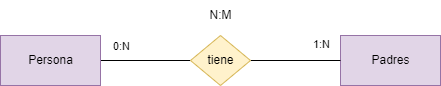
Earlier version of the draw.io export tareas/unidad-2/tarea-1/imágenes/ejercicio4.drawio.png (ManuelsDAM/base-datos). Source tidied: cells renumbered, new cells last; positions are measured from the earlier drawing's top-left corner, leaving out a move shared by most shapes. Source of this version:
```xml
<mxGraphModel>
  <root>
    <mxCell id="0" />
    <mxCell id="1" parent="0" />
    <mxCell id="2" value="Padres" style="html=1;dashed=0;whitespace=wrap;fillColor=#e1d5e7;strokeColor=#9673a6;" parent="1" vertex="1">
      <mxGeometry x="340" y="35" width="100" height="50" as="geometry" />
    </mxCell>
    <mxCell id="3" style="edgeStyle=none;html=1;exitX=1;exitY=0.5;exitDx=0;exitDy=0;entryX=0;entryY=0.5;entryDx=0;entryDy=0;endArrow=none;endFill=0;" parent="1" edge="1" source="9" target="2">
      <mxGeometry relative="1" as="geometry" />
    </mxCell>
    <mxCell id="4" value="1:N" style="edgeLabel;html=1;align=center;verticalAlign=middle;" parent="3" vertex="1">
      <mxGeometry x="0.64" y="-1" relative="1" as="geometry">
        <mxPoint x="-4" y="-18" as="offset" />
      </mxGeometry>
    </mxCell>
    <mxCell id="5" style="edgeStyle=none;html=1;exitX=1;exitY=0.5;exitDx=0;exitDy=0;entryX=0;entryY=0.5;entryDx=0;entryDy=0;endArrow=none;endFill=0;" parent="1" edge="1" source="7" target="9">
      <mxGeometry relative="1" as="geometry" />
    </mxCell>
    <mxCell id="6" value="0:N" style="edgeLabel;html=1;align=center;verticalAlign=middle;" parent="5" vertex="1">
      <mxGeometry x="-0.38" y="1" relative="1" as="geometry">
        <mxPoint x="-8" y="-14" as="offset" />
      </mxGeometry>
    </mxCell>
    <mxCell id="7" value="Persona" style="html=1;dashed=0;whitespace=wrap;fillColor=#e1d5e7;strokeColor=#9673a6;" parent="1" vertex="1">
      <mxGeometry y="35" width="100" height="50" as="geometry" />
    </mxCell>
    <mxCell id="8" style="group;" parent="1" vertex="1">
      <mxGeometry x="190" width="60" height="85" as="geometry" />
    </mxCell>
    <mxCell id="9" value="tiene" style="shape=rhombus;html=1;dashed=0;whitespace=wrap;perimeter=rhombusPerimeter;fillColor=#fff2cc;strokeColor=#d6b656;" parent="8" vertex="1">
      <mxGeometry y="35" width="60" height="50" as="geometry" />
    </mxCell>
    <mxCell id="10" value="N:M" style="text;html=1;align=center;verticalAlign=middle;strokeColor=none;fillColor=none;" parent="8" vertex="1">
      <mxGeometry x="5" width="50" height="30" as="geometry" />
    </mxCell>
  </root>
</mxGraphModel>
```
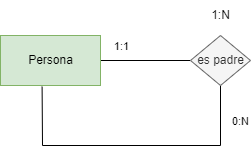
Above is the later version.

What changed in the source:
```diff
@@ -2,36 +2,38 @@
   <root>
     <mxCell id="0" />
     <mxCell id="1" parent="0" />
-    <mxCell id="2" value="Padres" style="html=1;dashed=0;whitespace=wrap;fillColor=#e1d5e7;strokeColor=#9673a6;" parent="1" vertex="1">
-      <mxGeometry x="340" y="35" width="100" height="50" as="geometry" />
-    </mxCell>
-    <mxCell id="3" style="edgeStyle=none;html=1;exitX=1;exitY=0.5;exitDx=0;exitDy=0;entryX=0;entryY=0.5;entryDx=0;entryDy=0;endArrow=none;endFill=0;" parent="1" edge="1" source="9" target="2">
-      <mxGeometry relative="1" as="geometry" />
+    <mxCell id="3" style="edgeStyle=none;html=1;exitX=0.5;exitY=1;exitDx=0;exitDy=0;entryX=0.416;entryY=1.024;entryDx=0;entryDy=0;endArrow=none;endFill=0;entryPerimeter=0;rounded=0;" parent="1" edge="1" source="9" target="7">
+      <mxGeometry relative="1" as="geometry">
+        <Array as="points">
+          <mxPoint x="220" y="145" />
+          <mxPoint x="42" y="145" />
+        </Array>
+      </mxGeometry>
     </mxCell>
-    <mxCell id="4" value="1:N" style="edgeLabel;html=1;align=center;verticalAlign=middle;" parent="3" vertex="1">
+    <mxCell id="4" value="0:N" style="edgeLabel;html=1;align=center;verticalAlign=middle;" parent="3" vertex="1">
       <mxGeometry x="0.64" y="-1" relative="1" as="geometry">
-        <mxPoint x="-4" y="-18" as="offset" />
+        <mxPoint x="197" y="-18" as="offset" />
       </mxGeometry>
     </mxCell>
     <mxCell id="5" style="edgeStyle=none;html=1;exitX=1;exitY=0.5;exitDx=0;exitDy=0;entryX=0;entryY=0.5;entryDx=0;entryDy=0;endArrow=none;endFill=0;" parent="1" edge="1" source="7" target="9">
       <mxGeometry relative="1" as="geometry" />
     </mxCell>
-    <mxCell id="6" value="0:N" style="edgeLabel;html=1;align=center;verticalAlign=middle;" parent="5" vertex="1">
+    <mxCell id="6" value="1:1" style="edgeLabel;html=1;align=center;verticalAlign=middle;" parent="5" vertex="1">
       <mxGeometry x="-0.38" y="1" relative="1" as="geometry">
         <mxPoint x="-8" y="-14" as="offset" />
       </mxGeometry>
     </mxCell>
-    <mxCell id="7" value="Persona" style="html=1;dashed=0;whitespace=wrap;fillColor=#e1d5e7;strokeColor=#9673a6;" parent="1" vertex="1">
+    <mxCell id="7" value="Persona" style="html=1;dashed=0;whitespace=wrap;fillColor=#d5e8d4;strokeColor=#82b366;" parent="1" vertex="1">
       <mxGeometry y="35" width="100" height="50" as="geometry" />
     </mxCell>
     <mxCell id="8" style="group;" parent="1" vertex="1">
       <mxGeometry x="190" width="60" height="85" as="geometry" />
     </mxCell>
-    <mxCell id="9" value="tiene" style="shape=rhombus;html=1;dashed=0;whitespace=wrap;perimeter=rhombusPerimeter;fillColor=#fff2cc;strokeColor=#d6b656;" parent="8" vertex="1">
+    <mxCell id="9" value="es padre" style="shape=rhombus;html=1;dashed=0;whitespace=wrap;perimeter=rhombusPerimeter;fillColor=#f5f5f5;strokeColor=#666666;fontColor=#333333;" parent="8" vertex="1">
       <mxGeometry y="35" width="60" height="50" as="geometry" />
     </mxCell>
-    <mxCell id="10" value="N:M" style="text;html=1;align=center;verticalAlign=middle;strokeColor=none;fillColor=none;" parent="8" vertex="1">
-      <mxGeometry x="5" width="50" height="30" as="geometry" />
+    <mxCell id="10" value="1:N" style="text;html=1;align=center;verticalAlign=middle;strokeColor=none;fillColor=none;" parent="8" vertex="1">
+      <mxGeometry x="10" width="40" height="30" as="geometry" />
     </mxCell>
   </root>
 </mxGraphModel>
```
